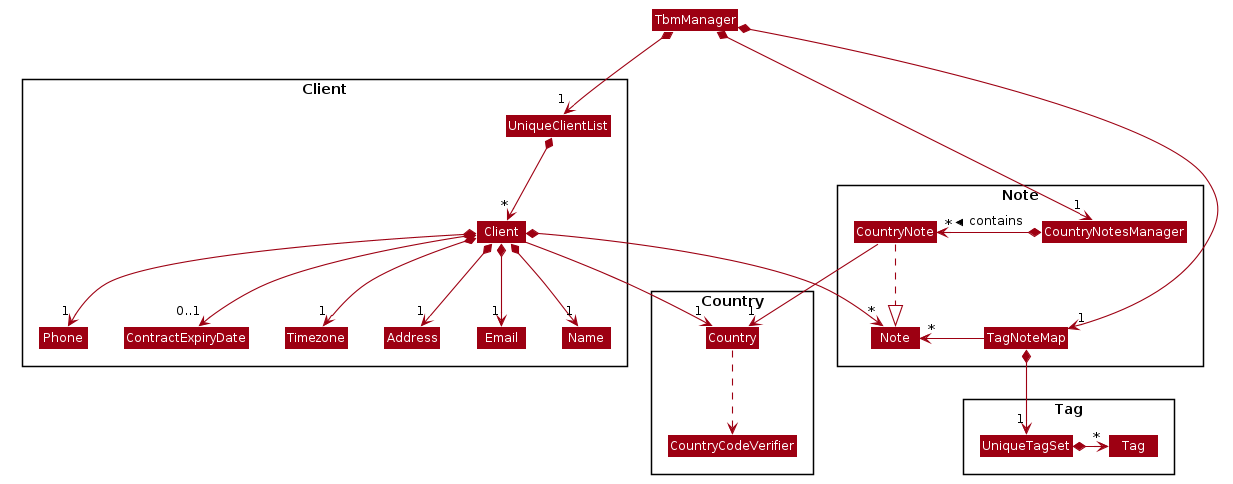
Before: docs/images/InnerWorkings.png, a diagram exported from PlantUML (rtshkmr/tp). The source it was exported from:
```plantuml
@startuml









skinparam BackgroundColor #FFFFFFF

skinparam Shadowing false

skinparam Class {
    FontColor #FFFFFF
    BorderThickness 1
    BorderColor #FFFFFF
    StereotypeFontColor #FFFFFF
    FontName Arial
}

skinparam Actor {
    BorderColor #000000
    Color #000000
    FontName Arial
}

skinparam Sequence {
    MessageAlign center
    BoxFontSize 15
    BoxPadding 0
    BoxFontColor #FFFFFF
    FontName Arial
}

skinparam Participant {
    FontColor #FFFFFFF
    Padding 20
}

skinparam MinClassWidth 50
skinparam ParticipantPadding 10
skinparam Shadowing false
skinparam DefaultTextAlignment center
skinparam packageStyle Rectangle

hide footbox
hide members
hide circle
skinparam arrowThickness 1.1
skinparam arrowColor #9D0012
skinparam classBackgroundColor #9D0012

Package Client {
Class Client
Class Address
Class Email
Class Name
Class Phone
Class UniqueClientList
Class ContractExpiryDate
Class Timezone
}

Package Country {
Class Country
Class CountryCodeVerifier
}

Package Note as NotePackage {
Class Note
Class CountryNotesManager
Class CountryNote
Class TagNoteMap
}

Package Tag as TagPackage {
Class Tag
Class UniqueTagSet
}

TbmManager *-->"1" UniqueClientList
TbmManager *-->"1" TagNoteMap
TbmManager *-->"1" CountryNotesManager

UniqueClientList *--> "*" Client

Client *-->"1" Name
Client *-->"1" Phone
Client *-->"1" Email
Client *-->"1" Address
Client *-->"0..1" ContractExpiryDate
Client *-->"1" Timezone
Client -->"1" Country
Client *-->"*" Note

Country ..> CountryCodeVerifier

CountryNotesManager *-left->"*" CountryNote : contains >
CountryNote -->"1" Country
CountryNote ..|> Note
UniqueTagSet *->"*" Tag
TagNoteMap ->"*" Note
TagNoteMap *-->"1" UniqueTagSet

UniqueClientList -[hidden]up- TbmManager
@enduml
```
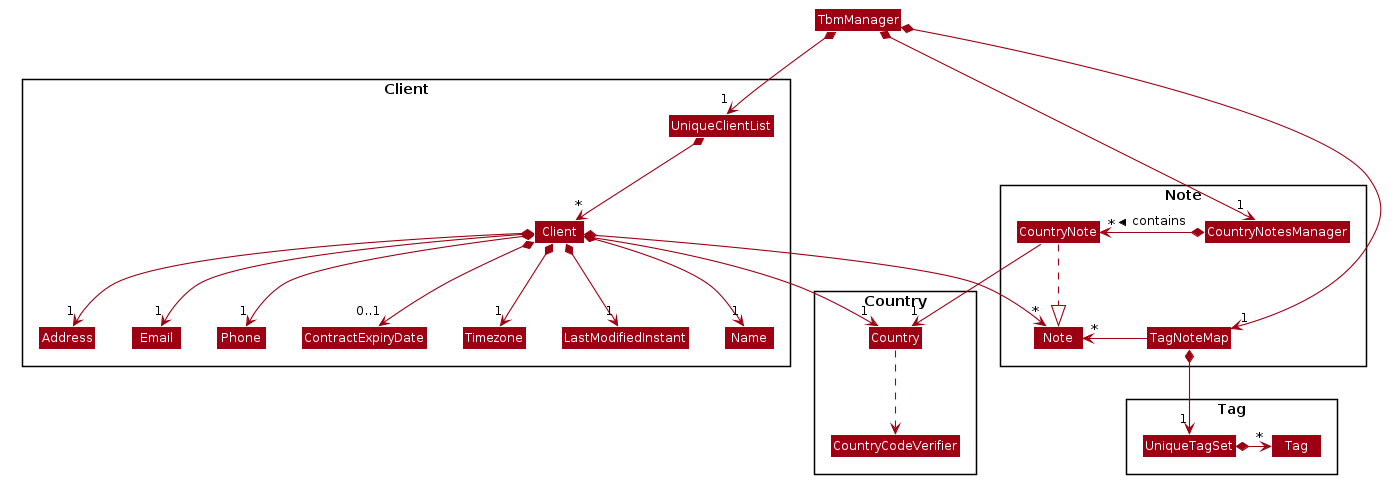
After the change.

Commit message:
Generate PNG images for PlantUML diagrams

Change to the diagram source:
```diff
@@ -54,13 +54,14 @@
 
 Package Client {
 Class Client
+Class Name
 Class Address
 Class Email
-Class Name
 Class Phone
 Class UniqueClientList
 Class ContractExpiryDate
 Class Timezone
+Class LastModifiedInstant
 }
 
 Package Country {
@@ -92,8 +93,9 @@
 Client *-->"1" Address
 Client *-->"0..1" ContractExpiryDate
 Client *-->"1" Timezone
+Client *-->"*" Note
+Client *-->"1" LastModifiedInstant
 Client -->"1" Country
-Client *-->"*" Note
 
 Country ..> CountryCodeVerifier
 
```
